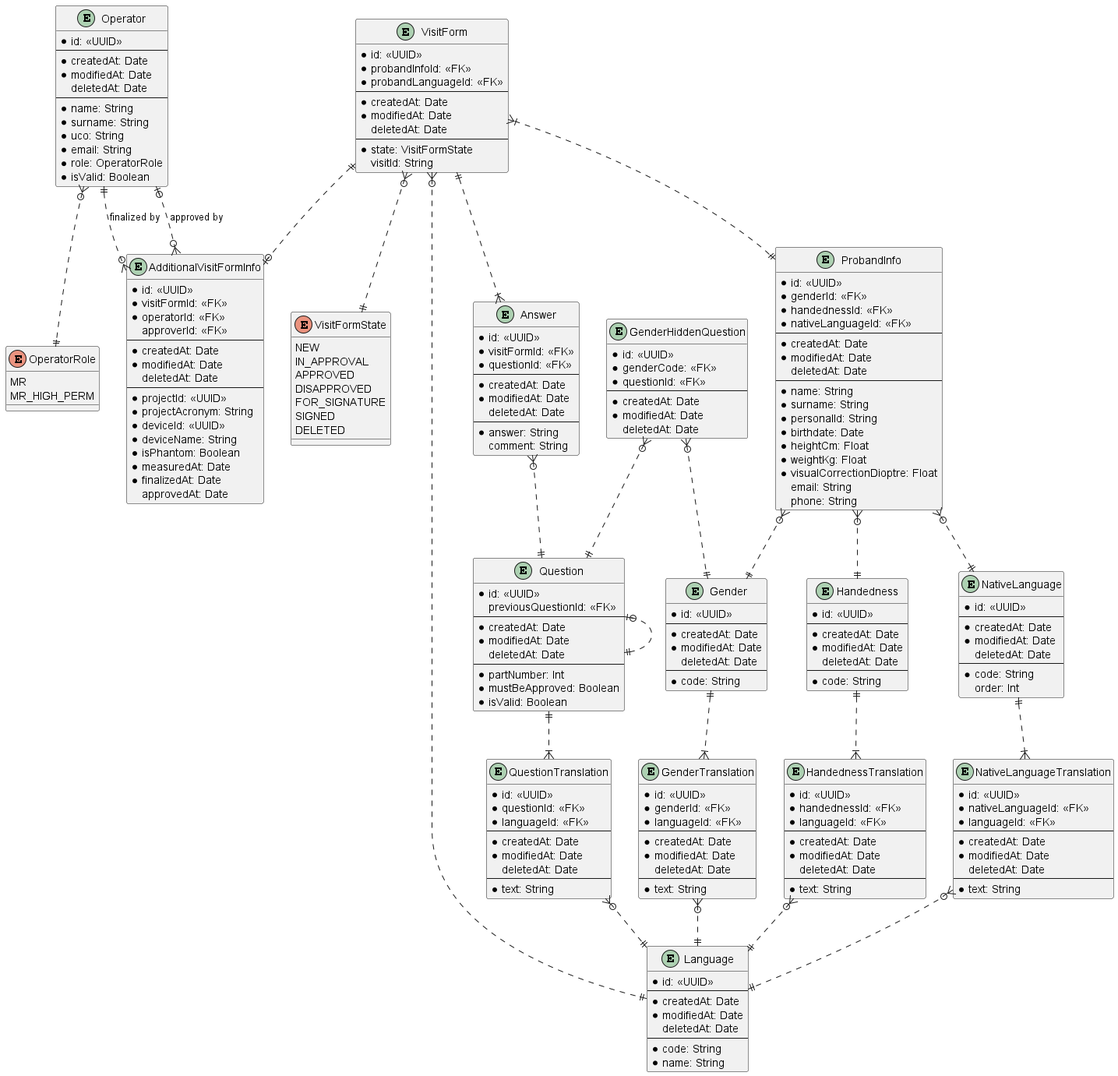
Earlier version of the PlantUML export docs/ERD.png (lukas-kratochvil/mafil-proband-safety-questionnaire).
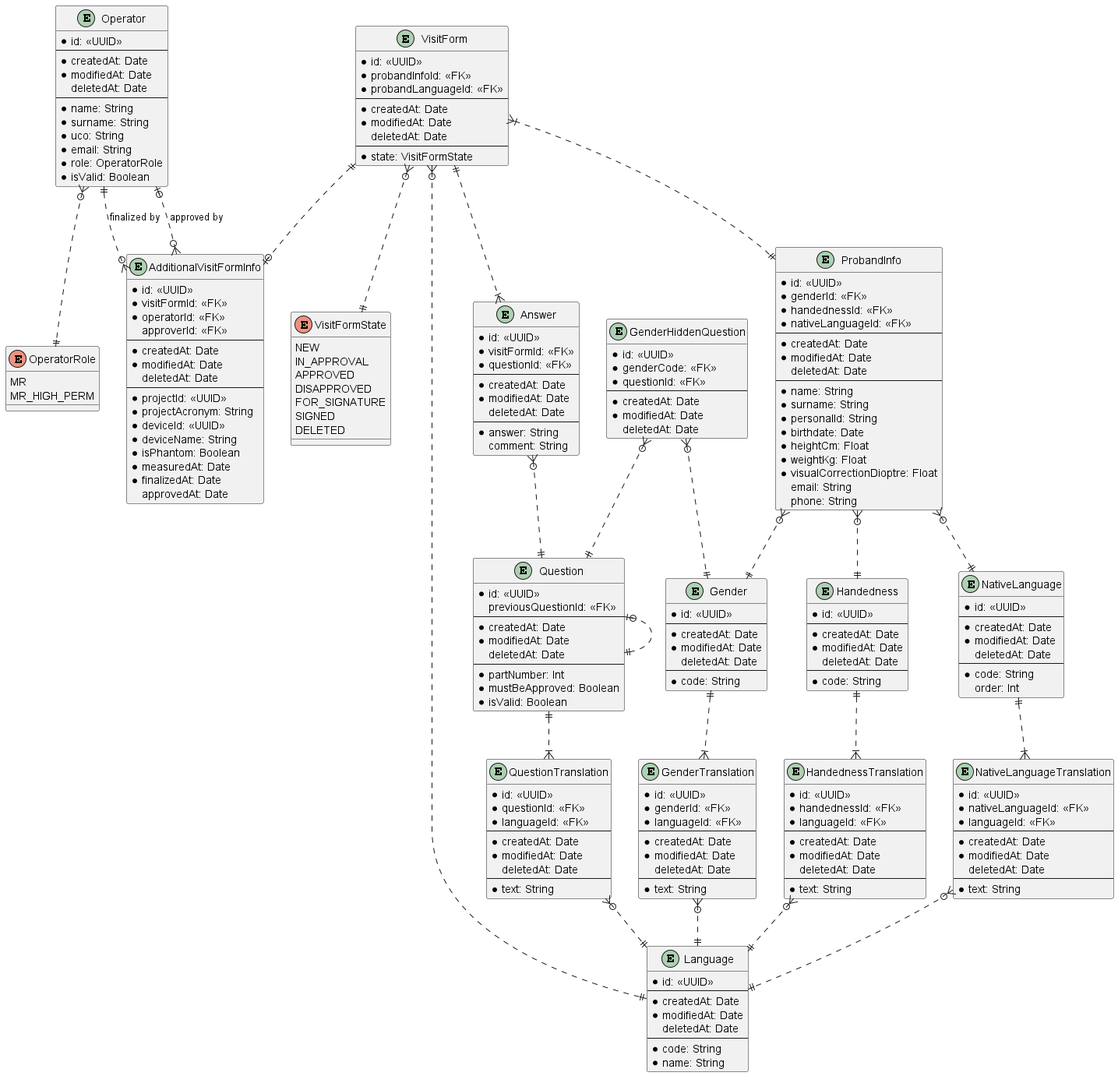
Later version of the same file.

Commit message:
fix: Prisma schema - removed visitId attribute in the VisitForm entity

The edit, as a diff of the source:
```diff
@@ -30,7 +30,6 @@
   deletedAt: Date
   ---
   * state: VisitFormState
-  visitId: String
 }
 
 enum VisitFormState {
```
